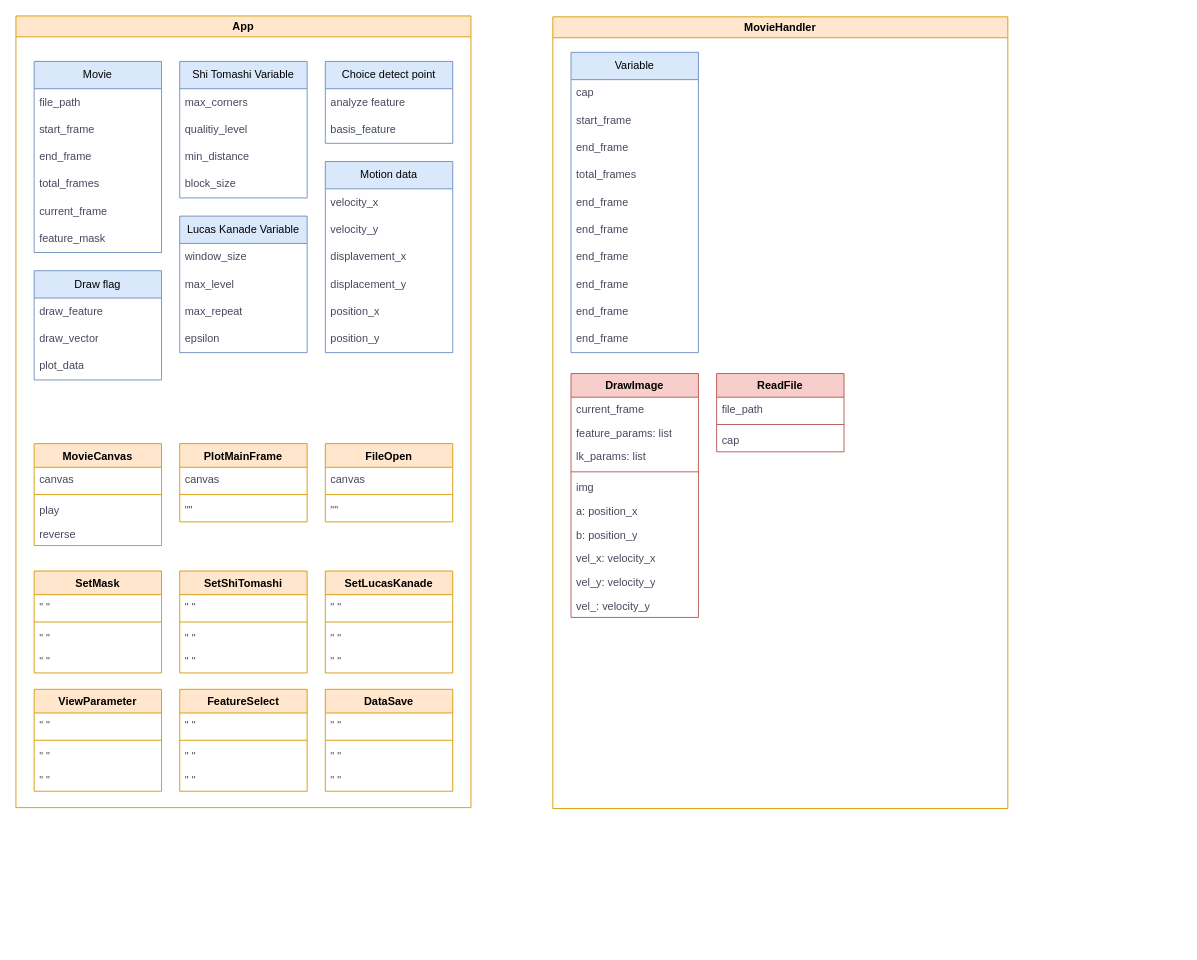
congmingtakeshi/test keeps this draw.io diagram as app_design.drawio. Above is the earlier version. Source tidied: cells renumbered, new cells numbered last; positions are measured from the earlier drawing's top-left corner, leaving out a move shared by most shapes. Both pictures are drawn from the tidied source at 91%, with x=0, y=0 at pixel (15, 15).
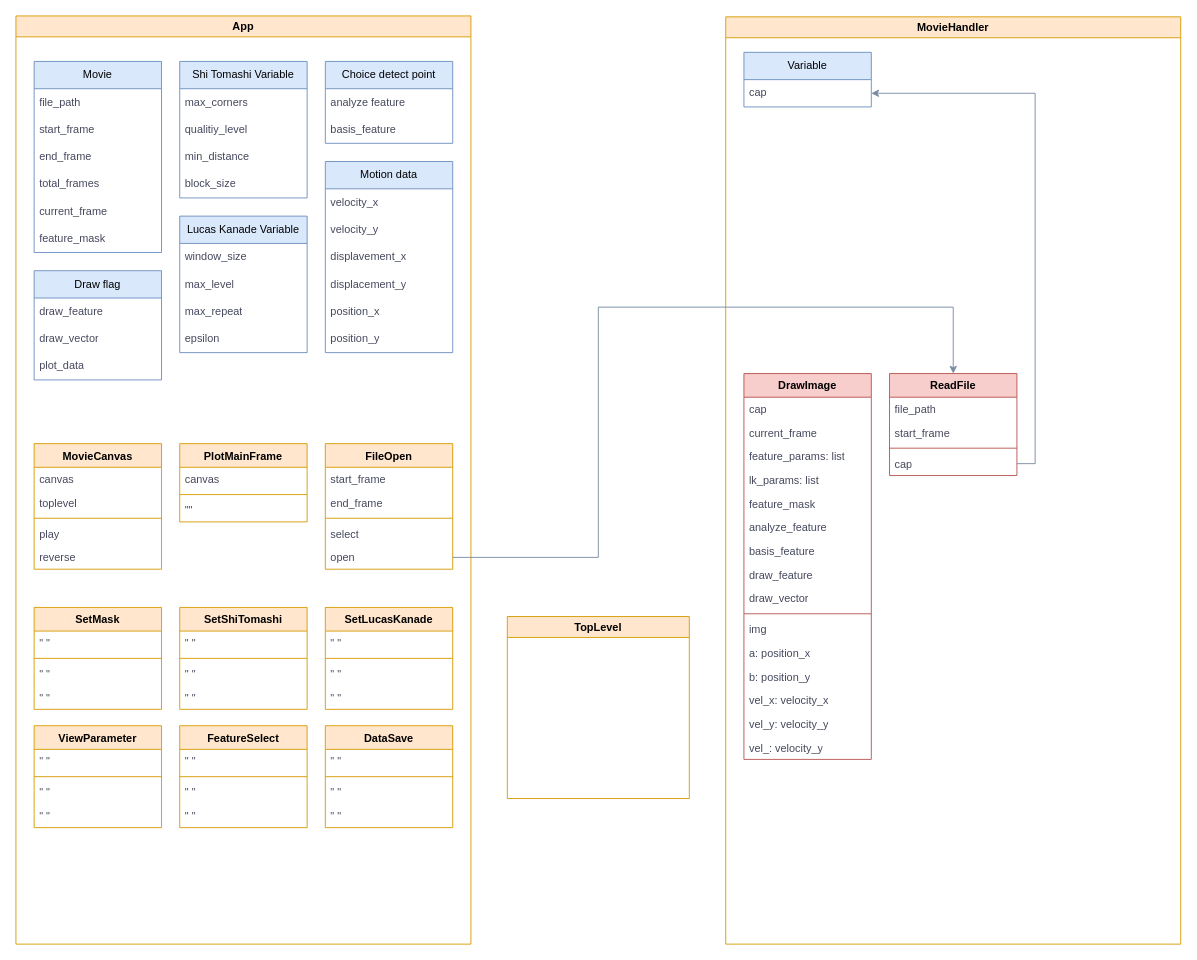
Above is the later version.

Commit message (it also covers changes not shown here):
app_design.drawio を更新します

The change refers to these unchanged cells:
```xml
<mxCell id="79" value="cap" style="text;strokeColor=none;fillColor=none;align=left;verticalAlign=middle;spacingLeft=4;spacingRight=4;overflow=hidden;points=[[0,0.5],[1,0.5]];portConstraint=eastwest;whiteSpace=wrap;html=1;fontColor=#46495D;" parent="78" vertex="1">
  <mxGeometry y="30" width="140" height="30" as="geometry" />
</mxCell>
```

Change to the diagram source:
```diff
@@
     <mxCell id="2" value="App" style="swimlane;whiteSpace=wrap;html=1;strokeColor=#d79b00;fillColor=#ffe6cc;" parent="1" vertex="1">
-      <mxGeometry width="500" height="870" as="geometry" />
+      <mxGeometry width="500" height="1020" as="geometry" />
     </mxCell>
     <mxCell id="3" value="MovieCanvas" style="swimlane;fontStyle=1;align=center;verticalAlign=top;horizontal=1;startSize=26;whiteSpace=wrap;html=1;strokeColor=#d79b00;fillColor=#ffe6cc;" parent="2" vertex="1">
-      <mxGeometry x="20" y="470" width="140" height="112" as="geometry" />
+      <mxGeometry x="20" y="470" width="140" height="138" as="geometry" />
     </mxCell>
@@
+    <mxCell id="104" value="toplevel" style="text;strokeColor=none;fillColor=none;align=left;verticalAlign=top;spacingLeft=4;spacingRight=4;overflow=hidden;whiteSpace=wrap;html=1;fontColor=#46495D;" parent="3" vertex="1">
+      <mxGeometry y="52" width="140" height="26" as="geometry" />
+    </mxCell>
     <mxCell id="5" style="line;strokeWidth=1;fillColor=none;align=left;verticalAlign=middle;spacingTop=-1;spacingLeft=3;spacingRight=3;labelPosition=right;strokeColor=inherit;fontColor=#46495D;" parent="3" vertex="1">
-      <mxGeometry y="52" width="140" height="8" as="geometry" />
+      <mxGeometry y="78" width="140" height="8" as="geometry" />
     </mxCell>
     <mxCell id="6" value="play" style="text;strokeColor=none;fillColor=none;align=left;verticalAlign=top;spacingLeft=4;spacingRight=4;overflow=hidden;whiteSpace=wrap;html=1;fontColor=#46495D;" parent="3" vertex="1">
-      <mxGeometry y="60" width="140" height="26" as="geometry" />
+      <mxGeometry y="86" width="140" height="26" as="geometry" />
     </mxCell>
     <mxCell id="7" value="reverse" style="text;strokeColor=none;fillColor=none;align=left;verticalAlign=top;spacingLeft=4;spacingRight=4;overflow=hidden;whiteSpace=wrap;html=1;fontColor=#46495D;" parent="3" vertex="1">
-      <mxGeometry y="86" width="140" height="26" as="geometry" />
+      <mxGeometry y="112" width="140" height="26" as="geometry" />
     </mxCell>
@@
     <mxCell id="43" value="FileOpen" style="swimlane;fontStyle=1;align=center;verticalAlign=top;horizontal=1;startSize=26;whiteSpace=wrap;html=1;strokeColor=#d79b00;fillColor=#ffe6cc;" parent="2" vertex="1">
-      <mxGeometry x="340" y="470" width="140" height="86" as="geometry" />
+      <mxGeometry x="340" y="470" width="140" height="138" as="geometry" />
     </mxCell>
-    <mxCell id="44" value="canvas" style="text;strokeColor=none;fillColor=none;align=left;verticalAlign=top;spacingLeft=4;spacingRight=4;overflow=hidden;whiteSpace=wrap;html=1;fontColor=#46495D;" parent="43" vertex="1">
+    <mxCell id="44" value="start_frame" style="text;strokeColor=none;fillColor=none;align=left;verticalAlign=top;spacingLeft=4;spacingRight=4;overflow=hidden;whiteSpace=wrap;html=1;fontColor=#46495D;" parent="43" vertex="1">
       <mxGeometry y="26" width="140" height="26" as="geometry" />
     </mxCell>
+    <mxCell id="105" value="end_frame" style="text;strokeColor=none;fillColor=none;align=left;verticalAlign=top;spacingLeft=4;spacingRight=4;overflow=hidden;whiteSpace=wrap;html=1;fontColor=#46495D;" parent="43" vertex="1">
+      <mxGeometry y="52" width="140" height="26" as="geometry" />
+    </mxCell>
     <mxCell id="45" style="line;strokeWidth=1;fillColor=none;align=left;verticalAlign=middle;spacingTop=-1;spacingLeft=3;spacingRight=3;labelPosition=right;strokeColor=inherit;fontColor=#46495D;" parent="43" vertex="1">
-      <mxGeometry y="52" width="140" height="8" as="geometry" />
+      <mxGeometry y="78" width="140" height="8" as="geometry" />
     </mxCell>
-    <mxCell id="46" value="&quot;&quot;" style="text;strokeColor=none;fillColor=none;align=left;verticalAlign=top;spacingLeft=4;spacingRight=4;overflow=hidden;whiteSpace=wrap;html=1;fontColor=#46495D;" parent="43" vertex="1">
-      <mxGeometry y="60" width="140" height="26" as="geometry" />
+    <mxCell id="46" value="select" style="text;strokeColor=none;fillColor=none;align=left;verticalAlign=top;spacingLeft=4;spacingRight=4;overflow=hidden;whiteSpace=wrap;html=1;fontColor=#46495D;" parent="43" vertex="1">
+      <mxGeometry y="86" width="140" height="26" as="geometry" />
     </mxCell>
+    <mxCell id="106" value="open" style="text;strokeColor=none;fillColor=none;align=left;verticalAlign=top;spacingLeft=4;spacingRight=4;overflow=hidden;points=[[0,0.5],[1,0.5]];portConstraint=eastwest;whiteSpace=wrap;html=1;fontColor=#46495D;" parent="43" vertex="1">
+      <mxGeometry y="112" width="140" height="26" as="geometry" />
+    </mxCell>
     <mxCell id="47" value="SetMask" style="swimlane;fontStyle=1;align=center;verticalAlign=top;horizontal=1;startSize=26;whiteSpace=wrap;html=1;strokeColor=#d79b00;fillColor=#ffe6cc;" parent="2" vertex="1">
-      <mxGeometry x="20" y="610" width="140" height="112" as="geometry" />
+      <mxGeometry x="20" y="650" width="140" height="112" as="geometry" />
     </mxCell>
@@
     <mxCell id="52" value="SetShiTomashi" style="swimlane;fontStyle=1;align=center;verticalAlign=top;horizontal=1;startSize=26;whiteSpace=wrap;html=1;strokeColor=#d79b00;fillColor=#ffe6cc;" parent="2" vertex="1">
-      <mxGeometry x="180" y="610" width="140" height="112" as="geometry" />
+      <mxGeometry x="180" y="650" width="140" height="112" as="geometry" />
     </mxCell>
@@
     <mxCell id="57" value="SetLucasKanade" style="swimlane;fontStyle=1;align=center;verticalAlign=top;horizontal=1;startSize=26;whiteSpace=wrap;html=1;strokeColor=#d79b00;fillColor=#ffe6cc;" parent="2" vertex="1">
-      <mxGeometry x="340" y="610" width="140" height="112" as="geometry" />
+      <mxGeometry x="340" y="650" width="140" height="112" as="geometry" />
     </mxCell>
@@
     <mxCell id="62" value="ViewParameter" style="swimlane;fontStyle=1;align=center;verticalAlign=top;horizontal=1;startSize=26;whiteSpace=wrap;html=1;strokeColor=#d79b00;fillColor=#ffe6cc;" parent="2" vertex="1">
-      <mxGeometry x="20" y="740" width="140" height="112" as="geometry" />
+      <mxGeometry x="20" y="780" width="140" height="112" as="geometry" />
     </mxCell>
@@
     <mxCell id="67" value="FeatureSelect" style="swimlane;fontStyle=1;align=center;verticalAlign=top;horizontal=1;startSize=26;whiteSpace=wrap;html=1;strokeColor=#d79b00;fillColor=#ffe6cc;" parent="2" vertex="1">
-      <mxGeometry x="180" y="740" width="140" height="112" as="geometry" />
+      <mxGeometry x="180" y="780" width="140" height="112" as="geometry" />
     </mxCell>
@@
     <mxCell id="72" value="DataSave" style="swimlane;fontStyle=1;align=center;verticalAlign=top;horizontal=1;startSize=26;whiteSpace=wrap;html=1;strokeColor=#d79b00;fillColor=#ffe6cc;" parent="2" vertex="1">
-      <mxGeometry x="340" y="740" width="140" height="112" as="geometry" />
+      <mxGeometry x="340" y="780" width="140" height="112" as="geometry" />
     </mxCell>
@@
     <mxCell id="77" value="MovieHandler" style="swimlane;whiteSpace=wrap;html=1;strokeColor=#d79b00;fillColor=#ffe6cc;" parent="1" vertex="1">
-      <mxGeometry x="590" y="1" width="500" height="870" as="geometry" />
+      <mxGeometry x="780" y="1" width="500" height="1019" as="geometry" />
     </mxCell>
     <mxCell id="78" value="Variable" style="swimlane;fontStyle=0;horizontal=1;startSize=30;whiteSpace=wrap;html=1;strokeColor=#6c8ebf;fillColor=#dae8fc;" parent="77" vertex="1">
-      <mxGeometry x="20" y="39" width="140" height="330" as="geometry" />
+      <mxGeometry x="20" y="39" width="140" height="60" as="geometry" />
     </mxCell>
@@
-    <mxCell id="80" value="start_frame" style="text;strokeColor=none;fillColor=none;align=left;verticalAlign=middle;spacingLeft=4;spacingRight=4;overflow=hidden;whiteSpace=wrap;html=1;fontColor=#46495D;" parent="78" vertex="1">
-      <mxGeometry y="60" width="140" height="30" as="geometry" />
-    </mxCell>
-    <mxCell id="81" value="end_frame" style="text;strokeColor=none;fillColor=none;align=left;verticalAlign=middle;spacingLeft=4;spacingRight=4;overflow=hidden;whiteSpace=wrap;html=1;fontColor=#46495D;" parent="78" vertex="1">
-      <mxGeometry y="90" width="140" height="30" as="geometry" />
-    </mxCell>
-    <mxCell id="82" value="total_frames" style="text;strokeColor=none;fillColor=none;align=left;verticalAlign=middle;spacingLeft=4;spacingRight=4;overflow=hidden;whiteSpace=wrap;html=1;fontColor=#46495D;" parent="78" vertex="1">
-      <mxGeometry y="120" width="140" height="30" as="geometry" />
-    </mxCell>
-    <mxCell id="83" value="end_frame" style="text;strokeColor=none;fillColor=none;align=left;verticalAlign=middle;spacingLeft=4;spacingRight=4;overflow=hidden;whiteSpace=wrap;html=1;fontColor=#46495D;" parent="78" vertex="1">
-      <mxGeometry y="150" width="140" height="30" as="geometry" />
-    </mxCell>
-    <mxCell id="84" value="end_frame" style="text;strokeColor=none;fillColor=none;align=left;verticalAlign=middle;spacingLeft=4;spacingRight=4;overflow=hidden;whiteSpace=wrap;html=1;fontColor=#46495D;" parent="78" vertex="1">
-      <mxGeometry y="180" width="140" height="30" as="geometry" />
-    </mxCell>
-    <mxCell id="85" value="end_frame" style="text;strokeColor=none;fillColor=none;align=left;verticalAlign=middle;spacingLeft=4;spacingRight=4;overflow=hidden;whiteSpace=wrap;html=1;fontColor=#46495D;" parent="78" vertex="1">
-      <mxGeometry y="210" width="140" height="30" as="geometry" />
-    </mxCell>
-    <mxCell id="86" value="end_frame" style="text;strokeColor=none;fillColor=none;align=left;verticalAlign=middle;spacingLeft=4;spacingRight=4;overflow=hidden;whiteSpace=wrap;html=1;fontColor=#46495D;" parent="78" vertex="1">
-      <mxGeometry y="240" width="140" height="30" as="geometry" />
-    </mxCell>
-    <mxCell id="87" value="end_frame" style="text;strokeColor=none;fillColor=none;align=left;verticalAlign=middle;spacingLeft=4;spacingRight=4;overflow=hidden;whiteSpace=wrap;html=1;fontColor=#46495D;" parent="78" vertex="1">
-      <mxGeometry y="270" width="140" height="30" as="geometry" />
-    </mxCell>
-    <mxCell id="88" value="end_frame" style="text;strokeColor=none;fillColor=none;align=left;verticalAlign=middle;spacingLeft=4;spacingRight=4;overflow=hidden;whiteSpace=wrap;html=1;fontColor=#46495D;" parent="78" vertex="1">
-      <mxGeometry y="300" width="140" height="30" as="geometry" />
-    </mxCell>
     <mxCell id="89" value="DrawImage" style="swimlane;fontStyle=1;align=center;verticalAlign=top;horizontal=1;startSize=26;whiteSpace=wrap;html=1;strokeColor=#b85450;fillColor=#f8cecc;" parent="77" vertex="1">
-      <mxGeometry x="20" y="392" width="140" height="268" as="geometry" />
+      <mxGeometry x="20" y="392" width="140" height="424" as="geometry" />
     </mxCell>
+    <mxCell id="107" value="cap" style="text;strokeColor=none;fillColor=none;align=left;verticalAlign=top;spacingLeft=4;spacingRight=4;overflow=hidden;whiteSpace=wrap;html=1;fontColor=#46495D;" parent="89" vertex="1">
+      <mxGeometry y="26" width="140" height="26" as="geometry" />
+    </mxCell>
     <mxCell id="90" value="current_frame" style="text;strokeColor=none;fillColor=none;align=left;verticalAlign=top;spacingLeft=4;spacingRight=4;overflow=hidden;whiteSpace=wrap;html=1;fontColor=#46495D;" parent="89" vertex="1">
-      <mxGeometry y="26" width="140" height="26" as="geometry" />
+      <mxGeometry y="52" width="140" height="26" as="geometry" />
     </mxCell>
     <mxCell id="91" value="feature_params: list" style="text;strokeColor=none;fillColor=none;align=left;verticalAlign=top;spacingLeft=4;spacingRight=4;overflow=hidden;whiteSpace=wrap;html=1;fontColor=#46495D;" parent="89" vertex="1">
-      <mxGeometry y="52" width="140" height="26" as="geometry" />
+      <mxGeometry y="78" width="140" height="26" as="geometry" />
     </mxCell>
     <mxCell id="92" value="lk_params: list" style="text;strokeColor=none;fillColor=none;align=left;verticalAlign=top;spacingLeft=4;spacingRight=4;overflow=hidden;whiteSpace=wrap;html=1;fontColor=#46495D;" parent="89" vertex="1">
-      <mxGeometry y="78" width="140" height="26" as="geometry" />
+      <mxGeometry y="104" width="140" height="26" as="geometry" />
     </mxCell>
+    <mxCell id="108" value="feature_mask" style="text;strokeColor=none;fillColor=none;align=left;verticalAlign=top;spacingLeft=4;spacingRight=4;overflow=hidden;whiteSpace=wrap;html=1;fontColor=#46495D;" parent="89" vertex="1">
+      <mxGeometry y="130" width="140" height="26" as="geometry" />
+    </mxCell>
+    <mxCell id="109" value="analyze_feature" style="text;strokeColor=none;fillColor=none;align=left;verticalAlign=top;spacingLeft=4;spacingRight=4;overflow=hidden;whiteSpace=wrap;html=1;fontColor=#46495D;" parent="89" vertex="1">
+      <mxGeometry y="156" width="140" height="26" as="geometry" />
+    </mxCell>
+    <mxCell id="110" value="basis_feature" style="text;strokeColor=none;fillColor=none;align=left;verticalAlign=top;spacingLeft=4;spacingRight=4;overflow=hidden;whiteSpace=wrap;html=1;fontColor=#46495D;" parent="89" vertex="1">
+      <mxGeometry y="182" width="140" height="26" as="geometry" />
+    </mxCell>
+    <mxCell id="111" value="draw_feature" style="text;strokeColor=none;fillColor=none;align=left;verticalAlign=top;spacingLeft=4;spacingRight=4;overflow=hidden;whiteSpace=wrap;html=1;fontColor=#46495D;" parent="89" vertex="1">
+      <mxGeometry y="208" width="140" height="26" as="geometry" />
+    </mxCell>
+    <mxCell id="112" value="draw_vector" style="text;strokeColor=none;fillColor=none;align=left;verticalAlign=top;spacingLeft=4;spacingRight=4;overflow=hidden;whiteSpace=wrap;html=1;fontColor=#46495D;" parent="89" vertex="1">
+      <mxGeometry y="234" width="140" height="26" as="geometry" />
+    </mxCell>
     <mxCell id="93" style="line;strokeWidth=1;fillColor=none;align=left;verticalAlign=middle;spacingTop=-1;spacingLeft=3;spacingRight=3;labelPosition=right;strokeColor=inherit;fontColor=#46495D;" parent="89" vertex="1">
-      <mxGeometry y="104" width="140" height="8" as="geometry" />
+      <mxGeometry y="260" width="140" height="8" as="geometry" />
     </mxCell>
     <mxCell id="94" value="img" style="text;strokeColor=none;fillColor=none;align=left;verticalAlign=top;spacingLeft=4;spacingRight=4;overflow=hidden;whiteSpace=wrap;html=1;fontColor=#46495D;" parent="89" vertex="1">
-      <mxGeometry y="112" width="140" height="26" as="geometry" />
+      <mxGeometry y="268" width="140" height="26" as="geometry" />
     </mxCell>
     <mxCell id="95" value="a: position_x" style="text;strokeColor=none;fillColor=none;align=left;verticalAlign=top;spacingLeft=4;spacingRight=4;overflow=hidden;whiteSpace=wrap;html=1;fontColor=#46495D;" parent="89" vertex="1">
-      <mxGeometry y="138" width="140" height="26" as="geometry" />
+      <mxGeometry y="294" width="140" height="26" as="geometry" />
     </mxCell>
     <mxCell id="96" value="b: position_y" style="text;strokeColor=none;fillColor=none;align=left;verticalAlign=top;spacingLeft=4;spacingRight=4;overflow=hidden;whiteSpace=wrap;html=1;fontColor=#46495D;" parent="89" vertex="1">
-      <mxGeometry y="164" width="140" height="26" as="geometry" />
+      <mxGeometry y="320" width="140" height="26" as="geometry" />
     </mxCell>
     <mxCell id="97" value="vel_x: velocity_x" style="text;strokeColor=none;fillColor=none;align=left;verticalAlign=top;spacingLeft=4;spacingRight=4;overflow=hidden;whiteSpace=wrap;html=1;fontColor=#46495D;" parent="89" vertex="1">
-      <mxGeometry y="190" width="140" height="26" as="geometry" />
+      <mxGeometry y="346" width="140" height="26" as="geometry" />
     </mxCell>
     <mxCell id="98" value="vel_y: velocity_y" style="text;strokeColor=none;fillColor=none;align=left;verticalAlign=top;spacingLeft=4;spacingRight=4;overflow=hidden;whiteSpace=wrap;html=1;fontColor=#46495D;" parent="89" vertex="1">
-      <mxGeometry y="216" width="140" height="26" as="geometry" />
+      <mxGeometry y="372" width="140" height="26" as="geometry" />
     </mxCell>
     <mxCell id="99" value="vel_: velocity_y" style="text;strokeColor=none;fillColor=none;align=left;verticalAlign=top;spacingLeft=4;spacingRight=4;overflow=hidden;whiteSpace=wrap;html=1;fontColor=#46495D;" parent="89" vertex="1">
-      <mxGeometry y="242" width="140" height="26" as="geometry" />
+      <mxGeometry y="398" width="140" height="26" as="geometry" />
     </mxCell>
     <mxCell id="100" value="ReadFile" style="swimlane;fontStyle=1;align=center;verticalAlign=top;horizontal=1;startSize=26;whiteSpace=wrap;html=1;strokeColor=#b85450;fillColor=#f8cecc;" parent="77" vertex="1">
-      <mxGeometry x="180" y="392" width="140" height="86" as="geometry" />
+      <mxGeometry x="180" y="392" width="140" height="112" as="geometry" />
     </mxCell>
@@
+    <mxCell id="80" value="start_frame" style="text;strokeColor=none;fillColor=none;align=left;verticalAlign=top;spacingLeft=4;spacingRight=4;overflow=hidden;whiteSpace=wrap;html=1;fontColor=#46495D;" parent="100" vertex="1">
+      <mxGeometry y="52" width="140" height="26" as="geometry" />
+    </mxCell>
     <mxCell id="102" style="line;strokeWidth=1;fillColor=none;align=left;verticalAlign=middle;spacingTop=-1;spacingLeft=3;spacingRight=3;labelPosition=right;strokeColor=inherit;fontColor=#46495D;" parent="100" vertex="1">
-      <mxGeometry y="52" width="140" height="8" as="geometry" />
+      <mxGeometry y="78" width="140" height="8" as="geometry" />
     </mxCell>
     <mxCell id="103" value="cap" style="text;strokeColor=none;fillColor=none;align=left;verticalAlign=top;spacingLeft=4;spacingRight=4;overflow=hidden;points=[[0,0.5],[1,0.5]];portConstraint=eastwest;whiteSpace=wrap;html=1;fontColor=#46495D;" parent="100" vertex="1">
-      <mxGeometry y="60" width="140" height="26" as="geometry" />
+      <mxGeometry y="86" width="140" height="26" as="geometry" />
     </mxCell>
+    <mxCell id="113" style="edgeStyle=orthogonalEdgeStyle;rounded=0;jettySize=auto;html=1;exitX=1;exitY=0.5;exitDx=0;exitDy=0;entryX=1;entryY=0.5;entryDx=0;entryDy=0;strokeColor=#788AA3;fontColor=#46495D;fillColor=#B2C9AB;" parent="77" edge="1" source="103" target="79">
+      <mxGeometry relative="1" as="geometry" />
+    </mxCell>
+    <mxCell id="114" style="edgeStyle=orthogonalEdgeStyle;rounded=0;jettySize=auto;html=1;exitX=1;exitY=0.5;exitDx=0;exitDy=0;entryX=0.5;entryY=0;entryDx=0;entryDy=0;strokeColor=#788AA3;fontColor=#46495D;fillColor=#B2C9AB;" parent="1" edge="1" source="106" target="100">
+      <mxGeometry relative="1" as="geometry">
+        <Array as="points">
+          <mxPoint x="640" y="595" />
+          <mxPoint x="640" y="320" />
+          <mxPoint x="1030" y="320" />
+        </Array>
+      </mxGeometry>
+    </mxCell>
+    <mxCell id="115" value="TopLevel" style="swimlane;whiteSpace=wrap;html=1;strokeColor=#d79b00;fillColor=#ffe6cc;" parent="1" vertex="1">
+      <mxGeometry x="540" y="660" width="200" height="200" as="geometry" />
+    </mxCell>
```
